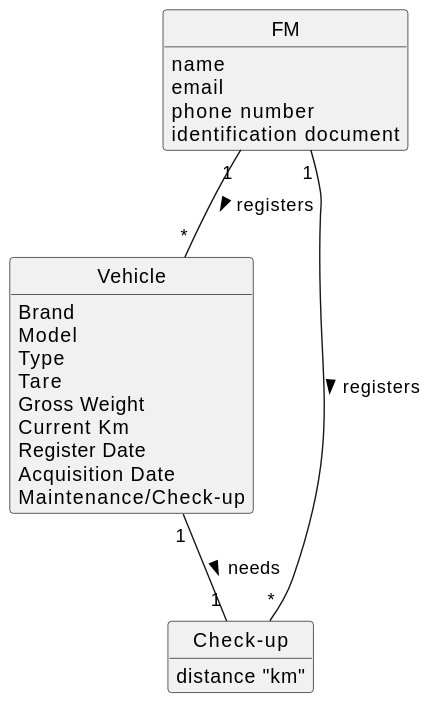
Above: docs/sprintC/us020/02.analysis/svg/us020-domain-model.svg in Departamento-de-Engenharia-Informatica/lei-24-s2-1dl-g121 (PlantUML), before the change.
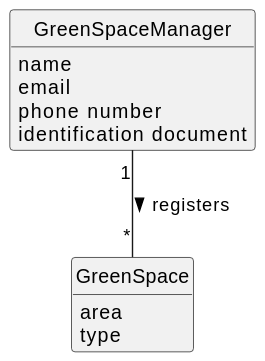
After the change.

Commit message:
class diagram us020

What changed in the source:
```diff
@@ -9,7 +9,7 @@
 
 
 
-class FM{
+class GreenSpaceManager{
     name
     email
     phone number
@@ -17,25 +17,14 @@
 }
 
 
-class Vehicle{
-    Brand
-    Model
-    Type
-    Tare
-    Gross Weight
-    Current Km
-    Register Date
-    Acquisition Date
-    Maintenance/Check-up
-}
-
-class Check-up{
-    distance "km"
+class GreenSpace{
+    area
+    type
 }
 
 
 
-FM "1" -- "*" Vehicle : registers >
-FM "1" -- "*" "Check-up" : registers >
-Vehicle "1" -- "1" "Check-up" : needs >
+
+
+GreenSpaceManager "1" -- "*" GreenSpace : registers >
 @enduml
```
